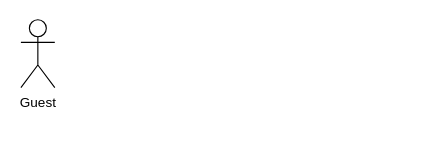
The draw.io diagram usercase.drawio in codengoo/attendance-be, before the edit. Source tidied: cells renumbered, new cells numbered last; positions are measured from the earlier drawing's top-left corner, leaving out a move shared by most shapes. Both pictures are drawn from the tidied source at 113%, with x=0, y=0 at pixel (20, 19).
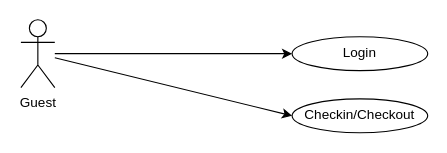
Above is the later version.

Commit message (it also covers changes not shown here):
Cập nhật usercase.drawio

What changed in the source:
```diff
@@
 <mxGraphModel>
   <root>
     <mxCell id="0" />
     <mxCell id="1" parent="0" />
+    <mxCell id="3" style="edgeStyle=orthogonalEdgeStyle;rounded=0;jettySize=auto;html=1;" parent="1" edge="1" source="2" target="5">
+      <mxGeometry relative="1" as="geometry" />
+    </mxCell>
+    <mxCell id="4" style="rounded=0;jettySize=auto;html=1;entryX=0;entryY=0.5;entryDx=0;entryDy=0;" parent="1" edge="1" source="2" target="6">
+      <mxGeometry relative="1" as="geometry" />
+    </mxCell>
     <mxCell id="2" value="Guest" style="shape=umlActor;verticalLabelPosition=bottom;verticalAlign=top;html=1;outlineConnect=0;" parent="1" vertex="1">
       <mxGeometry width="30" height="60" as="geometry" />
     </mxCell>
+    <mxCell id="5" value="Login" style="ellipse;whiteSpace=wrap;html=1;verticalAlign=top;" parent="1" vertex="1">
+      <mxGeometry x="240" y="15" width="120" height="30" as="geometry" />
+    </mxCell>
+    <mxCell id="6" value="Checkin/Checkout" style="ellipse;whiteSpace=wrap;html=1;verticalAlign=top;" parent="1" vertex="1">
+      <mxGeometry x="240" y="70" width="120" height="30" as="geometry" />
+    </mxCell>
   </root>
 </mxGraphModel>
```
